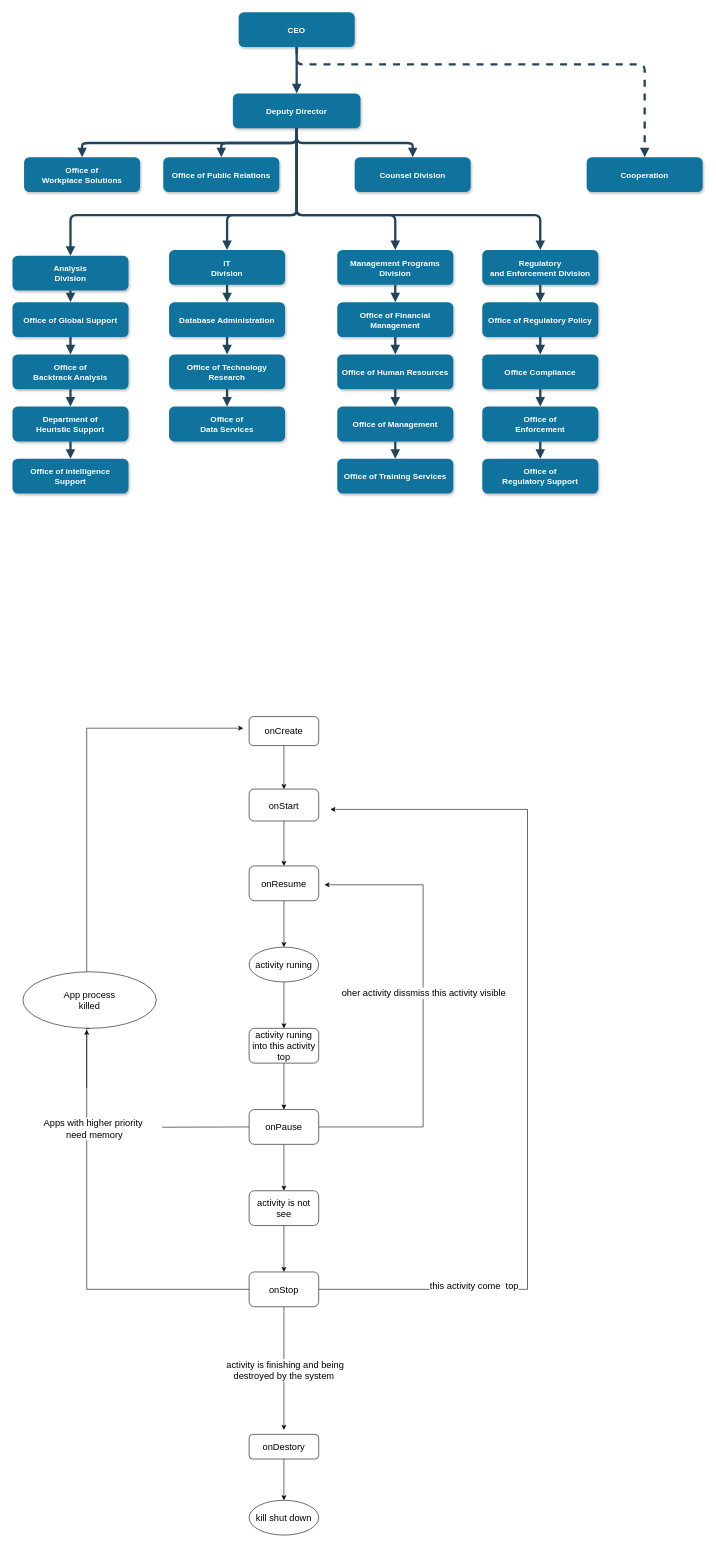
Above: app/src/main/java/com/example/android_draw/draw_man/Untitled Diagram.drawio in luhenchang/Android_Draw (draw.io), before the change. Source tidied: cells renumbered, new cells numbered last; positions are measured from the earlier drawing's top-left corner, leaving out a move shared by most shapes. Both pictures are drawn from the tidied source at 58%, with x=0, y=0 at pixel (12, 12).
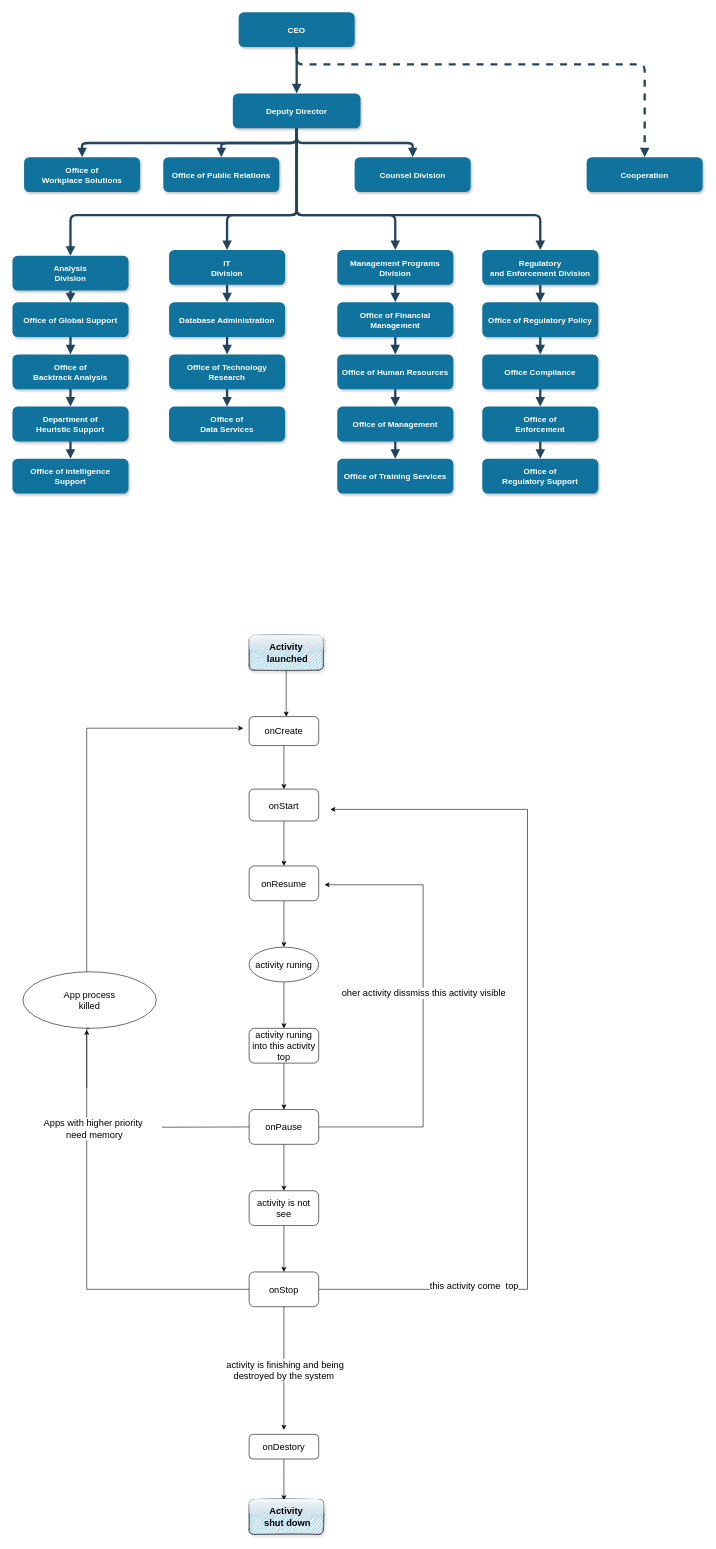
The same diagram, later.

The change refers to these unchanged cells:
```xml
<mxCell id="52" value="onCreate" style="rounded=1;whiteSpace=wrap;html=1;fontSize=16;" parent="1" vertex="1">
  <mxGeometry x="408" y="1214" width="120" height="50" as="geometry" />
</mxCell>
<mxCell id="74" value="onDestory" style="whiteSpace=wrap;html=1;rounded=1;fontSize=16;" parent="1" vertex="1">
  <mxGeometry x="408" y="2451.5" width="120" height="42.5" as="geometry" />
</mxCell>
```

Change to the diagram source:
```diff
@@
-    <mxCell id="73" style="edgeStyle=orthogonalEdgeStyle;rounded=0;jettySize=auto;html=1;fontSize=16;" parent="1" edge="1" source="74" target="75">
-      <mxGeometry relative="1" as="geometry" />
+    <mxCell id="73" style="edgeStyle=orthogonalEdgeStyle;rounded=0;jettySize=auto;html=1;fontSize=16;" parent="1" edge="1" source="74">
+      <mxGeometry relative="1" as="geometry">
+        <mxPoint x="468" y="2565.2" as="targetPoint" />
+      </mxGeometry>
     </mxCell>
@@
-    <mxCell id="75" value="kill shut down" style="ellipse;whiteSpace=wrap;html=1;rounded=1;fontSize=16;" parent="1" vertex="1">
-      <mxGeometry x="408" y="2565.2" width="120" height="60" as="geometry" />
-    </mxCell>
@@
+    <mxCell id="81" style="edgeStyle=orthogonalEdgeStyle;rounded=0;jettySize=auto;html=1;entryX=0.533;entryY=0;entryDx=0;entryDy=0;entryPerimeter=0;fontSize=16;" parent="1" edge="1" source="82" target="52">
+      <mxGeometry relative="1" as="geometry" />
+    </mxCell>
+    <mxCell id="82" value="Activity&lt;br&gt;&amp;nbsp;launched" style="rounded=1;whiteSpace=wrap;html=1;fontSize=16;fillColor=#1FADFF;shadow=1;sketch=1;glass=1;strokeColor=#36393d;fontStyle=1;" parent="1" vertex="1">
+      <mxGeometry x="408" y="1074" width="128" height="60" as="geometry" />
+    </mxCell>
+    <mxCell id="83" value="Activity&lt;br&gt;&amp;nbsp;shut down" style="rounded=1;whiteSpace=wrap;html=1;fontSize=16;fillColor=#1FADFF;shadow=1;sketch=1;glass=1;strokeColor=#36393d;fontStyle=1;" parent="1" vertex="1">
+      <mxGeometry x="408" y="2564" width="128" height="60" as="geometry" />
+    </mxCell>
```
